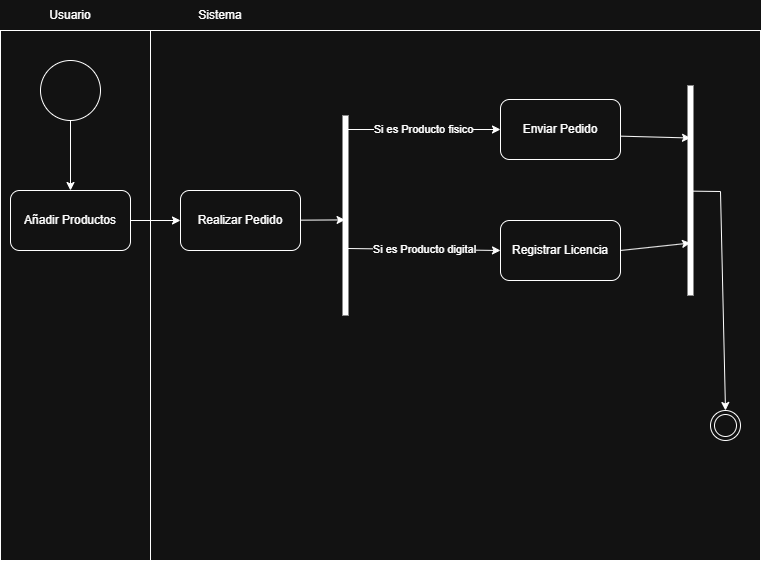
Earlier version of the draw.io export Diagramas/DiagramaActividades.png (Alerb25/Sistema_GestionPedidos). Source tidied: cells renumbered, new cells last; positions are measured from the earlier drawing's top-left corner, leaving out a move shared by most shapes.
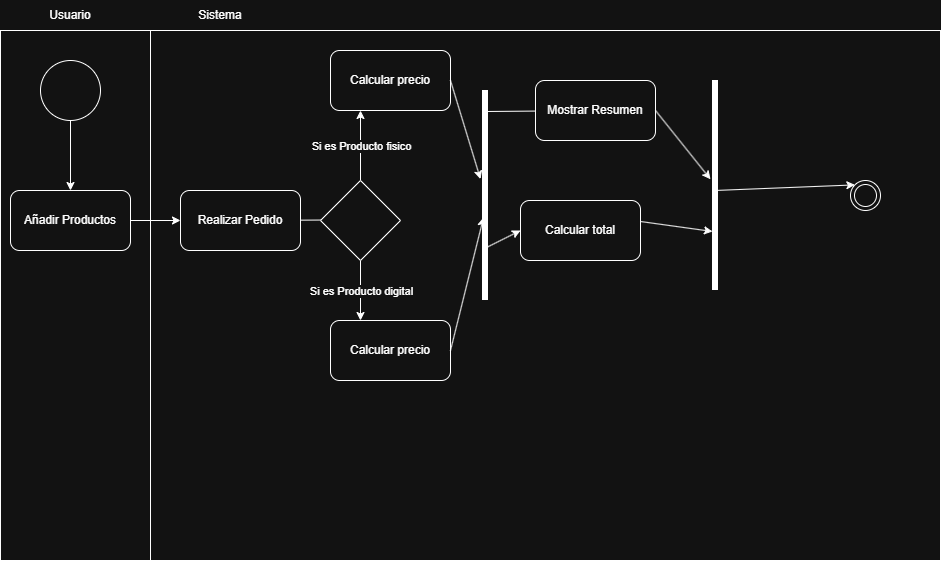
Above is the later version.

What changed in the source:
```diff
@@ -15,7 +15,7 @@
       <mxGeometry x="40" width="60" height="30" as="geometry" />
     </mxCell>
     <mxCell id="6" style="rounded=0;whiteSpace=wrap;html=1;fillColor=none;" parent="1" vertex="1">
-      <mxGeometry x="150" y="30" width="610" height="530" as="geometry" />
+      <mxGeometry x="150" y="30" width="790" height="530" as="geometry" />
     </mxCell>
     <mxCell id="7" value="Sistema" style="text;html=1;whiteSpace=wrap;strokeColor=none;fillColor=none;align=center;verticalAlign=middle;rounded=0;" parent="1" vertex="1">
       <mxGeometry x="190" width="60" height="30" as="geometry" />
@@ -23,59 +23,78 @@
     <mxCell id="8" value="Añadir Productos" style="rounded=1;whiteSpace=wrap;html=1;" parent="1" vertex="1">
       <mxGeometry x="10" y="190" width="120" height="60" as="geometry" />
     </mxCell>
-    <mxCell id="9" style="endArrow=classic;html=1;rounded=0;exitX=1;exitY=0.5;exitDx=0;exitDy=0;entryX=0;entryY=0.5;entryDx=0;entryDy=0;" parent="1" edge="1" source="8" target="10">
+    <mxCell id="9" style="endArrow=classic;html=1;rounded=0;exitX=1;exitY=0.5;exitDx=0;exitDy=0;entryX=0;entryY=0.5;entryDx=0;entryDy=0;fontStyle=1;" parent="1" edge="1" source="8" target="10">
       <mxGeometry relative="1" as="geometry" />
     </mxCell>
     <mxCell id="10" value="Realizar Pedido" style="rounded=1;whiteSpace=wrap;html=1;" parent="1" vertex="1">
       <mxGeometry x="180" y="190" width="120" height="60" as="geometry" />
     </mxCell>
-    <mxCell id="11" style="endArrow=classic;html=1;rounded=0;entryX=0.478;entryY=0.457;entryDx=0;entryDy=0;entryPerimeter=0;" parent="1" edge="1" target="14">
+    <mxCell id="11" style="endArrow=classic;html=1;rounded=0;entryX=0.478;entryY=0.457;entryDx=0;entryDy=0;entryPerimeter=0;" parent="1" edge="1">
       <mxGeometry relative="1" as="geometry">
         <mxPoint x="300" y="219.7" as="sourcePoint" />
+        <mxPoint x="344.6" y="219.4" as="targetPoint" />
       </mxGeometry>
     </mxCell>
-    <mxCell id="12" value="Enviar Pedido" style="rounded=1;whiteSpace=wrap;html=1;" parent="1" vertex="1">
-      <mxGeometry x="500" y="99" width="120" height="60" as="geometry" />
+    <mxCell id="12" value="Calcular precio" style="rounded=1;whiteSpace=wrap;html=1;" parent="1" vertex="1">
+      <mxGeometry x="330" y="50" width="120" height="60" as="geometry" />
     </mxCell>
     <mxCell id="13" style="ellipse;html=1;shape=endState;" parent="1" vertex="1">
-      <mxGeometry x="710" y="410" width="30" height="30" as="geometry" />
+      <mxGeometry x="850" y="180" width="30" height="30" as="geometry" />
     </mxCell>
-    <mxCell id="14" style="shape=line;html=1;strokeWidth=6;rotation=-90;" parent="1" vertex="1">
-      <mxGeometry x="245" y="210" width="200" height="10" as="geometry" />
-    </mxCell>
-    <mxCell id="15" style="endArrow=classic;html=1;rounded=0;exitX=0.75;exitY=0.5;exitDx=0;exitDy=0;exitPerimeter=0;entryX=0;entryY=0.25;entryDx=0;entryDy=0;" parent="1" edge="1">
-      <mxGeometry relative="1" as="geometry">
-        <mxPoint x="345" y="129" as="sourcePoint" />
-        <mxPoint x="500" y="129" as="targetPoint" />
-      </mxGeometry>
+    <mxCell id="15" style="endArrow=classic;html=1;rounded=0;exitX=0.5;exitY=0;exitDx=0;exitDy=0;entryX=0.25;entryY=1;entryDx=0;entryDy=0;" parent="1" edge="1" source="24" target="12">
+      <mxGeometry relative="1" as="geometry" />
     </mxCell>
     <mxCell id="16" value="Si es Producto fisico" style="edgeLabel;html=1;align=center;verticalAlign=middle;" parent="15" vertex="1">
       <mxGeometry relative="1" as="geometry" />
     </mxCell>
-    <mxCell id="17" style="endArrow=classic;html=1;rounded=0;exitX=0.335;exitY=0.729;exitDx=0;exitDy=0;exitPerimeter=0;entryX=0;entryY=0.5;entryDx=0;entryDy=0;" parent="1" edge="1" source="14" target="19">
+    <mxCell id="17" style="endArrow=classic;html=1;rounded=0;entryX=0.25;entryY=0;entryDx=0;entryDy=0;exitX=0.5;exitY=1;exitDx=0;exitDy=0;" parent="1" edge="1" source="24" target="19">
       <mxGeometry relative="1" as="geometry" />
     </mxCell>
     <mxCell id="18" value="Si es Producto digital" style="edgeLabel;html=1;align=center;verticalAlign=middle;" parent="17" vertex="1">
       <mxGeometry relative="1" as="geometry" />
     </mxCell>
-    <mxCell id="19" value="Registrar Licencia" style="rounded=1;whiteSpace=wrap;html=1;" parent="1" vertex="1">
-      <mxGeometry x="500" y="220" width="120" height="60" as="geometry" />
+    <mxCell id="19" value="Calcular precio" style="rounded=1;whiteSpace=wrap;html=1;" parent="1" vertex="1">
+      <mxGeometry x="330" y="320" width="120" height="60" as="geometry" />
     </mxCell>
     <mxCell id="20" style="shape=line;html=1;strokeWidth=6;rotation=-90;" parent="1" vertex="1">
-      <mxGeometry x="585" y="185" width="210" height="10" as="geometry" />
+      <mxGeometry x="380" y="190" width="210" height="10" as="geometry" />
     </mxCell>
+    <mxCell id="24" style="rhombus;whiteSpace=wrap;html=1;" parent="1" vertex="1">
+      <mxGeometry x="320" y="180" width="80" height="80" as="geometry" />
+    </mxCell>
-    <mxCell id="21" style="endArrow=classic;html=1;rounded=0;exitX=1.003;exitY=0.611;exitDx=0;exitDy=0;exitPerimeter=0;entryX=0.75;entryY=0.5;entryDx=0;entryDy=0;entryPerimeter=0;" parent="1" edge="1" source="12" target="20">
+    <mxCell id="21" style="endArrow=classic;html=1;rounded=0;exitX=1;exitY=0.5;exitDx=0;exitDy=0;" parent="1" edge="1" source="12" target="20">
       <mxGeometry relative="1" as="geometry" />
     </mxCell>
-    <mxCell id="22" style="endArrow=classic;html=1;rounded=0;exitX=1;exitY=0.5;exitDx=0;exitDy=0;entryX=0.25;entryY=0.5;entryDx=0;entryDy=0;entryPerimeter=0;" parent="1" edge="1" source="19" target="20">
+    <mxCell id="22" style="endArrow=classic;html=1;rounded=0;exitX=1;exitY=0.5;exitDx=0;exitDy=0;entryX=0.395;entryY=0.3;entryDx=0;entryDy=0;fontStyle=1;entryPerimeter=0;" parent="1" edge="1" source="19" target="20">
       <mxGeometry relative="1" as="geometry" />
     </mxCell>
-    <mxCell id="23" style="endArrow=classic;html=1;rounded=0;exitX=0.497;exitY=0.617;exitDx=0;exitDy=0;exitPerimeter=0;entryX=0.5;entryY=0;entryDx=0;entryDy=0;" parent="1" edge="1" source="20" target="13">
-      <mxGeometry relative="1" as="geometry">
-        <Array as="points">
-          <mxPoint x="720" y="191" />
-        </Array>
-      </mxGeometry>
-    </mxCell>
+    <mxCell id="25" style="endArrow=classic;html=1;rounded=0;exitX=0.9;exitY=0.6;exitDx=0;exitDy=0;exitPerimeter=0;" parent="1" edge="1" source="20">
+      <mxGeometry relative="1" as="geometry">
+        <mxPoint x="600" y="110" as="targetPoint" />
+      </mxGeometry>
+    </mxCell>
+    <mxCell id="26" value="Mostrar Resumen" style="rounded=1;whiteSpace=wrap;html=1;" parent="1" vertex="1">
+      <mxGeometry x="535" y="80" width="120" height="60" as="geometry" />
+    </mxCell>
+    <mxCell id="27" value="Calcular total" style="rounded=1;whiteSpace=wrap;html=1;" parent="1" vertex="1">
+      <mxGeometry x="520" y="200" width="120" height="60" as="geometry" />
+    </mxCell>
+    <mxCell id="28" style="endArrow=classic;html=1;rounded=0;exitX=0.25;exitY=0.5;exitDx=0;exitDy=0;entryX=0;entryY=0.5;entryDx=0;entryDy=0;fontStyle=1;exitPerimeter=0;" parent="1" edge="1" source="20" target="27">
+      <mxGeometry relative="1" as="geometry" />
+    </mxCell>
+    <mxCell id="29" style="shape=line;html=1;strokeWidth=6;rotation=-90;" parent="1" vertex="1">
+      <mxGeometry x="610" y="180" width="210" height="10" as="geometry" />
+    </mxCell>
+    <mxCell id="30" style="endArrow=classic;html=1;rounded=0;entryX=0.281;entryY=0.2;entryDx=0;entryDy=0;entryPerimeter=0;" parent="1" edge="1" target="29">
+      <mxGeometry relative="1" as="geometry">
+        <mxPoint x="640" y="221" as="sourcePoint" />
+      </mxGeometry>
+    </mxCell>
+    <mxCell id="31" style="endArrow=classic;html=1;rounded=0;exitX=1;exitY=0.5;exitDx=0;exitDy=0;" parent="1" edge="1" source="26" target="29">
+      <mxGeometry relative="1" as="geometry" />
+    </mxCell>
+    <mxCell id="32" style="endArrow=classic;html=1;rounded=0;exitX=0.476;exitY=0.3;exitDx=0;exitDy=0;exitPerimeter=0;entryX=0;entryY=0;entryDx=0;entryDy=0;" parent="1" edge="1" source="29" target="13">
+      <mxGeometry relative="1" as="geometry" />
+    </mxCell>
   </root>
 </mxGraphModel>
```
